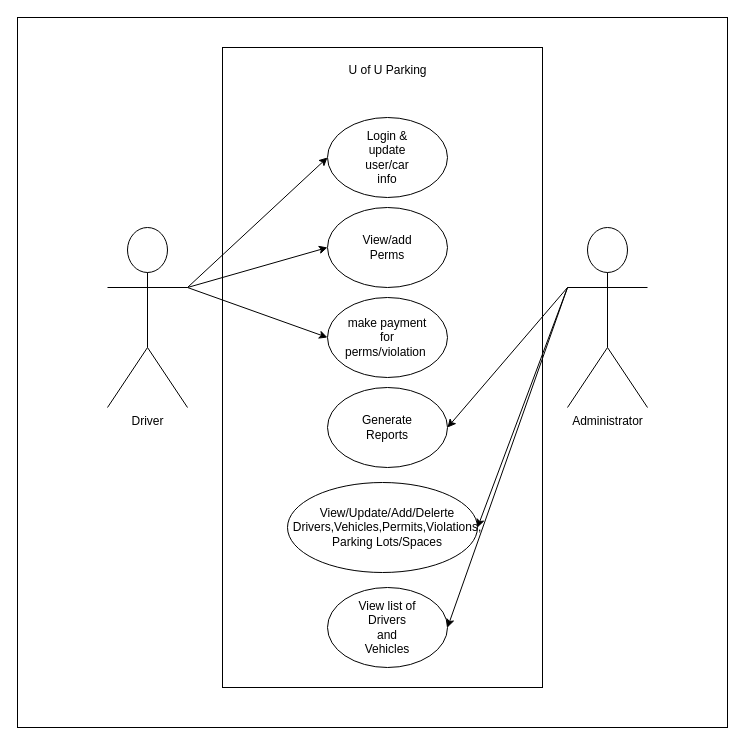
Above: page "Use Case Activity Diagram" (1 of 2) of UofUParking_ProjectP.drawio in Vicapone/Web-Based-Applications (draw.io), before the change. Source tidied: cells renumbered, new cells numbered last; positions are measured from the earlier drawing's top-left corner, leaving out a move shared by most shapes. Both pictures are drawn from the tidied source at 100%, with x=0, y=0 at pixel (17, 17).
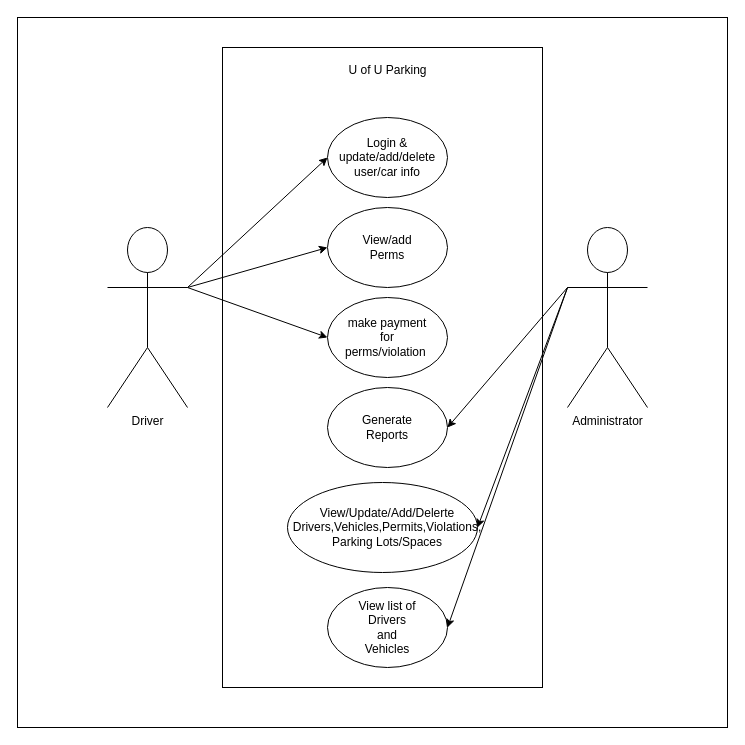
After the change.

Change to the diagram source:
```diff
@@
-    <mxCell id="8" value="Login &amp;amp; update user/car info" style="text;html=1;strokeColor=none;fillColor=none;align=center;verticalAlign=middle;whiteSpace=wrap;rounded=0;" parent="1" vertex="1">
+    <mxCell id="8" value="Login &amp;amp; update/add/delete user/car info" style="text;html=1;strokeColor=none;fillColor=none;align=center;verticalAlign=middle;whiteSpace=wrap;rounded=0;" parent="1" vertex="1">
       <mxGeometry x="340" y="125" width="60" height="30" as="geometry" />
     </mxCell>
```
